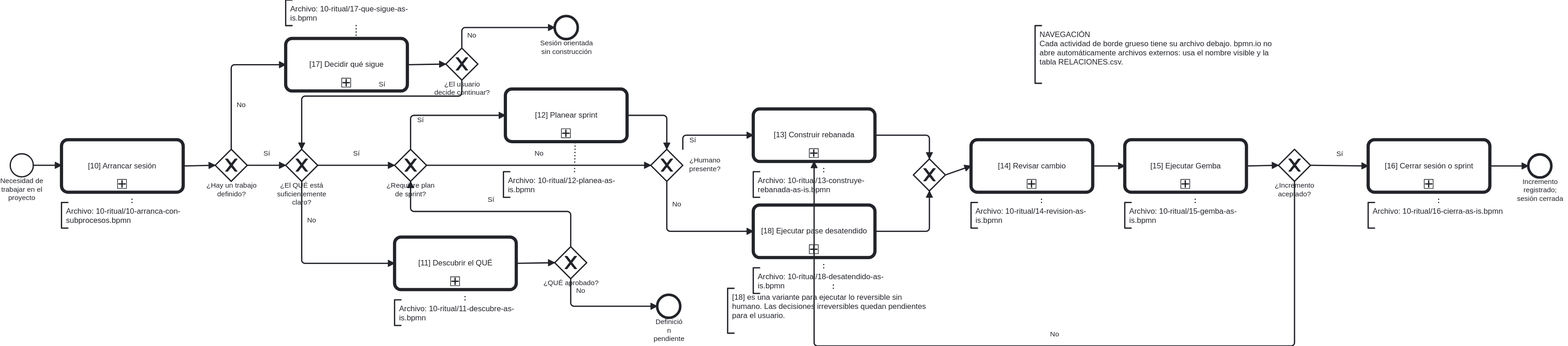
Earlier version of the BPMN export docs/atlas/render/01-operar-sesion-entregar-incremento.svg (ArmandoMedina/jidoka). Its source is kept beside it as docs/atlas/00-arquitectura/01-operar-sesion-entregar-incremento.bpmn. Ids are renumbered.
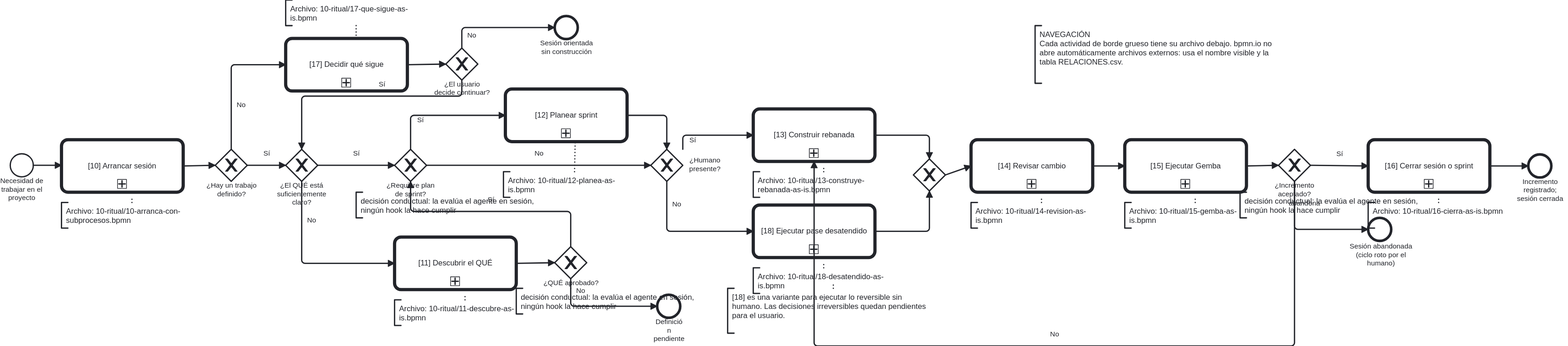
Above is the later version.

The edit, as a diff of the source:
```diff
@@ -93,6 +93,7 @@
       <bpmn:incoming>F_Gemba_Acept</bpmn:incoming>
       <bpmn:outgoing>F_Acept_No</bpmn:outgoing>
       <bpmn:outgoing>F_Acept_Si</bpmn:outgoing>
+      <bpmn:outgoing>F_Abandono</bpmn:outgoing>
     </bpmn:exclusiveGateway>
     <bpmn:callActivity id="Call_Cierra" name="[16] Cerrar sesión o sprint" calledElement="Process_Cierra">
       <bpmn:documentation>Proceso externo: Process_Cierra | Archivo: 10-ritual/16-cierra-as-is.bpmn</bpmn:documentation>
@@ -171,6 +172,22 @@
       <bpmn:text>NAVEGACIÓN
 Cada actividad de borde grueso tiene su archivo debajo. bpmn.io no abre automáticamente archivos externos: usa el nombre visible y la tabla RELACIONES.csv.</bpmn:text>
     </bpmn:textAnnotation>
+    <bpmn:textAnnotation id="Ann_GwPlan">
+      <bpmn:text>decisión conductual: la evalúa el agente en sesión, ningún hook la hace cumplir</bpmn:text>
+    </bpmn:textAnnotation>
+    <bpmn:association id="Assoc_GwPlan" sourceRef="Ann_GwPlan" targetRef="Gateway_Plan"/>
+    <bpmn:textAnnotation id="Ann_GwQueAprobado">
+      <bpmn:text>decisión conductual: la evalúa el agente en sesión, ningún hook la hace cumplir</bpmn:text>
+    </bpmn:textAnnotation>
+    <bpmn:association id="Assoc_GwQueAprobado" sourceRef="Ann_GwQueAprobado" targetRef="Gateway_QueAprobado"/>
+    <bpmn:textAnnotation id="Ann_GwAceptado">
+      <bpmn:text>decisión conductual: la evalúa el agente en sesión, ningún hook la hace cumplir</bpmn:text>
+    </bpmn:textAnnotation>
+    <bpmn:association id="Assoc_GwAceptado" sourceRef="Ann_GwAceptado" targetRef="Gateway_Aceptado"/>
+    <bpmn:endEvent id="End_Abandono" name="Sesión abandonada (ciclo roto por el humano)">
+      <bpmn:incoming>F_Abandono</bpmn:incoming>
+    </bpmn:endEvent>
+    <bpmn:sequenceFlow id="F_Abandono" name="abandona" sourceRef="Gateway_Aceptado" targetRef="End_Abandono"/>
   </bpmn:process>
   <bpmndi:BPMNDiagram id="Diagram_01_OperarSesion">
     <bpmndi:BPMNPlane id="Plane_Diagram_01_OperarSesion" bpmnElement="Process_OperarSesion">
@@ -432,6 +449,38 @@
       <bpmndi:BPMNShape id="Shape_Annotation_Call_QueSigue" bpmnElement="Annotation_Call_QueSigue">
         <dc:Bounds x="510" y="10" width="220" height="40" />
       </bpmndi:BPMNShape>
+      <bpmndi:BPMNShape id="Shape_Ann_GwPlan" bpmnElement="Ann_GwPlan">
+        <dc:Bounds x="620" y="310" width="290" height="40" />
+      </bpmndi:BPMNShape>
+      <bpmndi:BPMNShape id="Shape_Ann_GwQueAprobado" bpmnElement="Ann_GwQueAprobado">
+        <dc:Bounds x="870" y="460" width="290" height="40" />
+      </bpmndi:BPMNShape>
+      <bpmndi:BPMNShape id="Shape_Ann_GwAceptado" bpmnElement="Ann_GwAceptado">
+        <dc:Bounds x="2000" y="310" width="290" height="40" />
+      </bpmndi:BPMNShape>
+      <bpmndi:BPMNShape id="Shape_End_Abandono" bpmnElement="End_Abandono">
+        <dc:Bounds x="2200" y="350" width="36" height="36" />
+        <bpmndi:BPMNLabel>
+          <dc:Bounds x="2170" y="388" width="100" height="27" />
+        </bpmndi:BPMNLabel>
+      </bpmndi:BPMNShape>
+      <bpmndi:BPMNEdge id="Edge_Assoc_GwPlan" bpmnElement="Assoc_GwPlan">
+        <di:waypoint x="705" y="310" />
+        <di:waypoint x="705" y="293" />
+      </bpmndi:BPMNEdge>
+      <bpmndi:BPMNEdge id="Edge_Assoc_GwQueAprobado" bpmnElement="Assoc_GwQueAprobado">
+        <di:waypoint x="955" y="460" />
+        <di:waypoint x="955" y="445" />
+      </bpmndi:BPMNEdge>
+      <bpmndi:BPMNEdge id="Edge_Assoc_GwAceptado" bpmnElement="Assoc_GwAceptado">
+        <di:waypoint x="2085" y="310" />
+        <di:waypoint x="2085" y="293" />
+      </bpmndi:BPMNEdge>
+      <bpmndi:BPMNEdge id="Edge_F_Abandono" bpmnElement="F_Abandono">
+        <di:waypoint x="2085" y="293" />
+        <di:waypoint x="2085" y="368" />
+        <di:waypoint x="2200" y="368" />
+      </bpmndi:BPMNEdge>
     </bpmndi:BPMNPlane>
   </bpmndi:BPMNDiagram>
 </bpmn:definitions>
```
